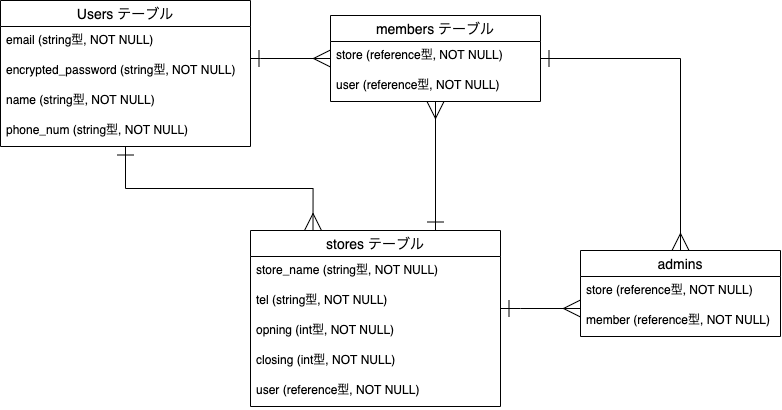
Above: table.drawio.png in kos-san/ShiftMT (draw.io), before the change. Source tidied: cells renumbered, new cells last; positions are measured from the earlier drawing's top-left corner, leaving out a move shared by most shapes.
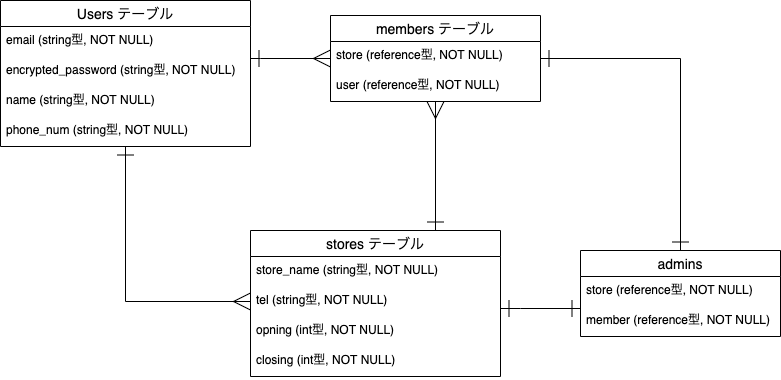
The same diagram one commit later.

Diff of the diagram source:
```diff
@@ -2,9 +2,6 @@
   <root>
     <mxCell id="0" />
     <mxCell id="1" parent="0" />
-    <mxCell id="2" style="edgeStyle=orthogonalEdgeStyle;rounded=0;jettySize=auto;html=1;entryX=0.25;entryY=0;entryDx=0;entryDy=0;startArrow=ERone;startFill=0;startSize=15;endArrow=ERmany;endFill=0;endSize=15;" parent="1" edge="1" source="4" target="10">
-      <mxGeometry relative="1" as="geometry" />
-    </mxCell>
     <mxCell id="3" style="edgeStyle=orthogonalEdgeStyle;rounded=0;jettySize=auto;html=1;startArrow=ERone;startFill=0;startSize=15;endArrow=ERmany;endFill=0;endSize=15;" parent="1" edge="1" source="4" target="18">
       <mxGeometry relative="1" as="geometry">
         <Array as="points">
@@ -28,7 +25,7 @@
     <mxCell id="8" value="phone_num (string型, NOT NULL)" style="text;strokeColor=none;fillColor=none;spacingLeft=4;spacingRight=4;overflow=hidden;fontSize=12;" parent="4" vertex="1">
       <mxGeometry y="116" width="250" height="30" as="geometry" />
     </mxCell>
-    <mxCell id="9" style="edgeStyle=orthogonalEdgeStyle;rounded=0;jettySize=auto;html=1;startArrow=ERone;startFill=0;startSize=15;endArrow=ERmany;endFill=0;endSize=15;" parent="1" edge="1" source="10" target="21">
+    <mxCell id="9" style="edgeStyle=orthogonalEdgeStyle;rounded=0;jettySize=auto;html=1;startArrow=ERone;startFill=0;startSize=15;endArrow=ERone;endFill=0;endSize=15;" parent="1" edge="1" source="10" target="21">
       <mxGeometry relative="1" as="geometry">
         <Array as="points">
           <mxPoint x="520" y="308" />
@@ -37,7 +34,7 @@
       </mxGeometry>
     </mxCell>
     <mxCell id="10" value="stores テーブル" style="swimlane;fontStyle=0;horizontal=1;startSize=26;align=center;fontSize=14;" parent="1" vertex="1">
-      <mxGeometry x="250" y="230" width="250" height="176" as="geometry" />
+      <mxGeometry x="250" y="230" width="250" height="146" as="geometry" />
     </mxCell>
     <mxCell id="11" value="store_name (string型, NOT NULL)" style="text;strokeColor=none;fillColor=none;spacingLeft=4;spacingRight=4;overflow=hidden;fontSize=12;" parent="10" vertex="1">
       <mxGeometry y="26" width="250" height="30" as="geometry" />
@@ -51,9 +48,6 @@
     <mxCell id="14" value="closing (int型, NOT NULL)" style="text;strokeColor=none;fillColor=none;spacingLeft=4;spacingRight=4;overflow=hidden;fontSize=12;" parent="10" vertex="1">
       <mxGeometry y="116" width="250" height="30" as="geometry" />
     </mxCell>
-    <mxCell id="15" value="user (reference型, NOT NULL)" style="text;strokeColor=none;fillColor=none;spacingLeft=4;spacingRight=4;overflow=hidden;fontSize=12;" parent="10" vertex="1">
-      <mxGeometry y="146" width="250" height="30" as="geometry" />
-    </mxCell>
     <mxCell id="16" style="edgeStyle=orthogonalEdgeStyle;rounded=0;jettySize=auto;html=1;startArrow=ERone;startFill=0;startSize=15;endArrow=ERmany;endFill=0;endSize=15;" parent="1" edge="1" target="18">
       <mxGeometry relative="1" as="geometry">
         <mxPoint x="435" y="230" as="sourcePoint" />
@@ -62,7 +56,7 @@
         </Array>
       </mxGeometry>
     </mxCell>
-    <mxCell id="17" style="edgeStyle=orthogonalEdgeStyle;rounded=0;jettySize=auto;html=1;startArrow=ERone;startFill=0;startSize=15;endArrow=ERmany;endFill=0;endSize=15;" parent="1" edge="1" source="18" target="21">
+    <mxCell id="17" style="edgeStyle=orthogonalEdgeStyle;rounded=0;jettySize=auto;html=1;startArrow=ERone;startFill=0;startSize=15;endArrow=ERone;endFill=0;endSize=15;" parent="1" edge="1" source="18" target="21">
       <mxGeometry relative="1" as="geometry" />
     </mxCell>
     <mxCell id="18" value="members テーブル" style="swimlane;fontStyle=0;horizontal=1;startSize=26;align=center;fontSize=14;" parent="1" vertex="1">
@@ -83,5 +77,8 @@
     <mxCell id="23" value="member (reference型, NOT NULL)" style="text;strokeColor=none;fillColor=none;spacingLeft=4;spacingRight=4;overflow=hidden;fontSize=12;" parent="21" vertex="1">
       <mxGeometry y="56" width="200" height="30" as="geometry" />
     </mxCell>
+    <mxCell id="24" style="edgeStyle=orthogonalEdgeStyle;rounded=0;jettySize=auto;html=1;endArrow=ERone;endFill=0;startArrow=ERmany;startFill=0;endSize=15;startSize=15;exitX=0;exitY=0.5;exitDx=0;exitDy=0;" parent="1" edge="1" source="12" target="4">
+      <mxGeometry relative="1" as="geometry" />
+    </mxCell>
   </root>
 </mxGraphModel>
```
